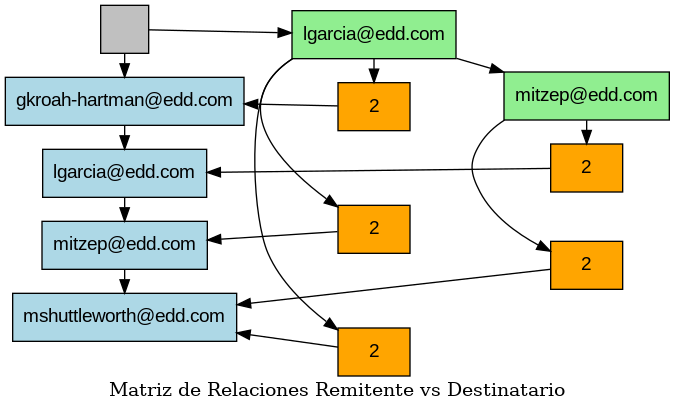
The Graphviz diagram Root-Reportes/relaciones.png in 201801392ByronOvalle/-EDD-2S2025_201801392, before a commit. Its source is kept beside it as Root-Reportes/relaciones.dot.
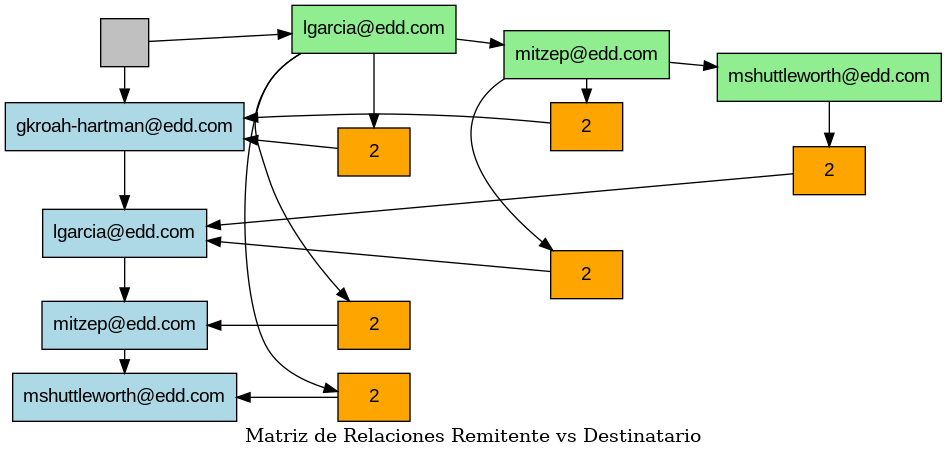
The same file after the commit.

What changed in the source:
```diff
@@ -11,10 +11,14 @@
 
   F0 [label="lgarcia@edd.com", fillcolor=lightgreen];
   F1 [label="mitzep@edd.com", fillcolor=lightgreen];
+  F2 [label="mshuttleworth@edd.com", fillcolor=lightgreen];
 
-  N_1_3 [label="2", fillcolor=orange];
-  F1 -> N_1_3;
-  N_1_3 -> C3;
+  N_2_1 [label="2", fillcolor=orange];
+  F2 -> N_2_1;
+  N_2_1 -> C1;
+  N_1_0 [label="2", fillcolor=orange];
+  F1 -> N_1_0;
+  N_1_0 -> C0;
   N_1_1 [label="2", fillcolor=orange];
   F1 -> N_1_1;
   N_1_1 -> C1;
@@ -34,6 +38,7 @@
   C2 -> C3;
   R -> F0;
   F0 -> F1;
+  F1 -> F2;
 
 {rank=same; R;
   C0;
@@ -47,7 +52,10 @@
   N_0_2;
 }
 {rank=same; F1;
-  N_1_3;
+  N_1_0;
   N_1_1;
 }
+{rank=same; F2;
+  N_2_1;
 }
+}
```
